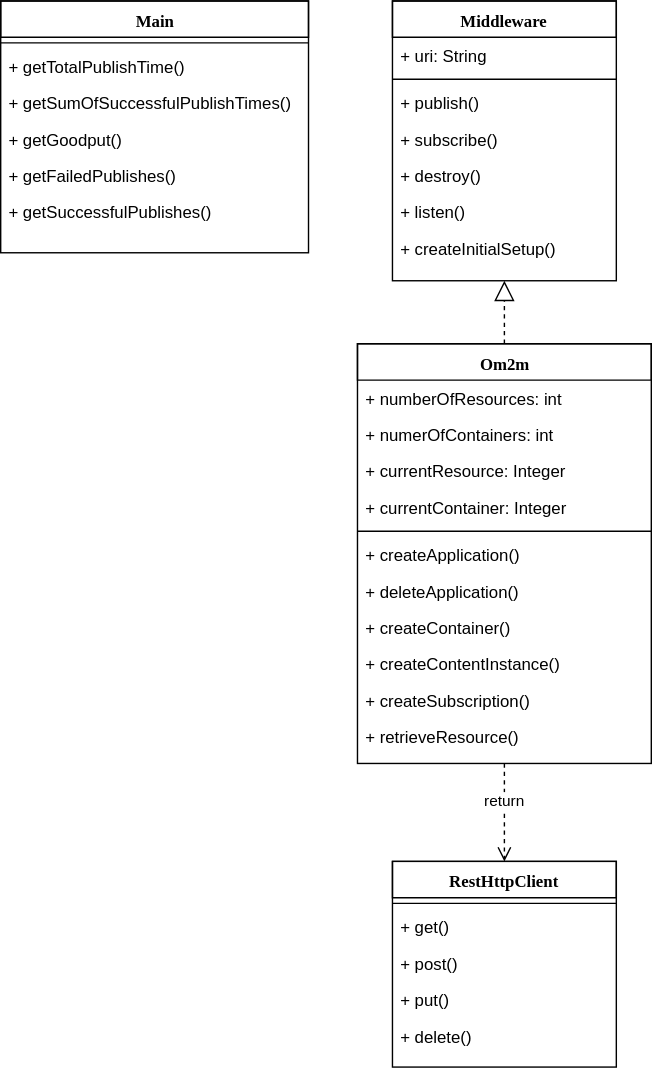
Earlier version of the draw.io export figures/class_diagram.svg (lzilhao/Tese-Artigo). Source tidied: cells renumbered, new cells last; positions are measured from the earlier drawing's top-left corner, leaving out a move shared by most shapes.
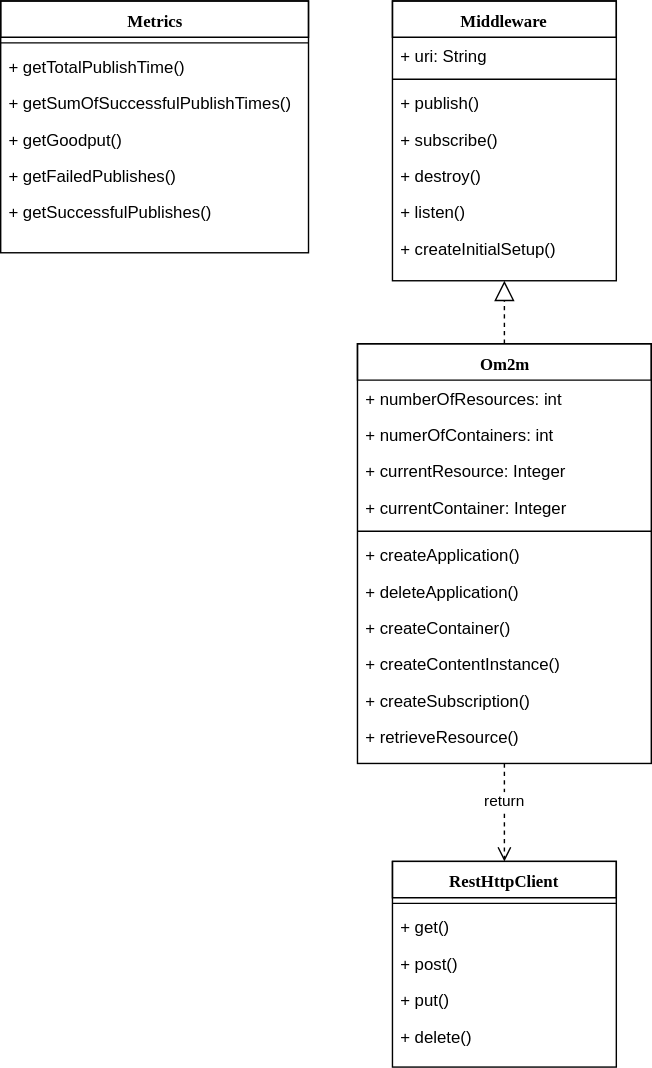
The same file after the commit.

Commit message:
Added a new architecture image to replace previous block one. Added small introduction. Updated references

Change to the diagram source:
```diff
@@ -20,7 +20,7 @@
     <mxCell id="7" value="+ delete()" style="text;html=1;strokeColor=none;fillColor=none;align=left;verticalAlign=top;spacingLeft=4;spacingRight=4;whiteSpace=wrap;overflow=hidden;" parent="2" vertex="1">
       <mxGeometry y="112" width="160" height="26" as="geometry" />
     </mxCell>
-    <mxCell id="8" value="Main" style="swimlane;html=1;fontStyle=1;align=center;verticalAlign=top;horizontal=1;startSize=26;swimlaneFillColor=#ffffff;rounded=0;shadow=0;comic=0;labelBackgroundColor=none;strokeColor=#000000;strokeWidth=1;fillColor=none;fontFamily=Verdana;fontSize=12;fontColor=#000000;" parent="1" vertex="1">
+    <mxCell id="8" value="Metrics" style="swimlane;html=1;fontStyle=1;align=center;verticalAlign=top;horizontal=1;startSize=26;swimlaneFillColor=#ffffff;rounded=0;shadow=0;comic=0;labelBackgroundColor=none;strokeColor=#000000;strokeWidth=1;fillColor=none;fontFamily=Verdana;fontSize=12;fontColor=#000000;" parent="1" vertex="1">
       <mxGeometry width="220" height="180" as="geometry" />
     </mxCell>
     <mxCell id="9" style="line;html=1;strokeWidth=1;fillColor=none;align=left;verticalAlign=middle;spacingTop=-1;spacingLeft=3;spacingRight=3;labelPosition=right;" parent="8" vertex="1">
```
